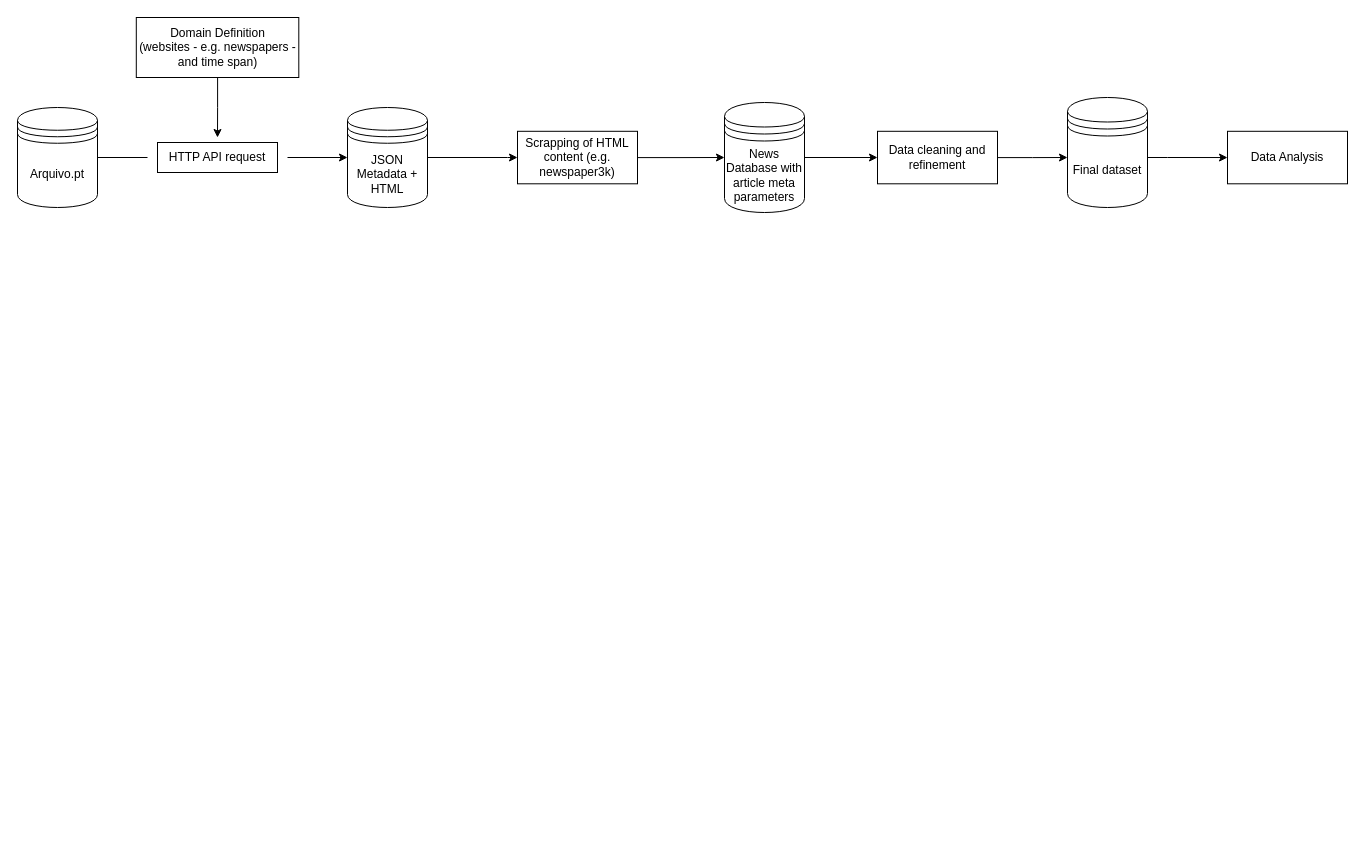
Earlier version of the draw.io diagram docs/pipeline.drawio (TsarkFC/pri-proj). Source tidied: cells renumbered, new cells numbered last; positions are measured from the earlier drawing's top-left corner, leaving out a move shared by most shapes. Both pictures are drawn from the tidied source at 100%, with x=0, y=0 at pixel (17, 17).
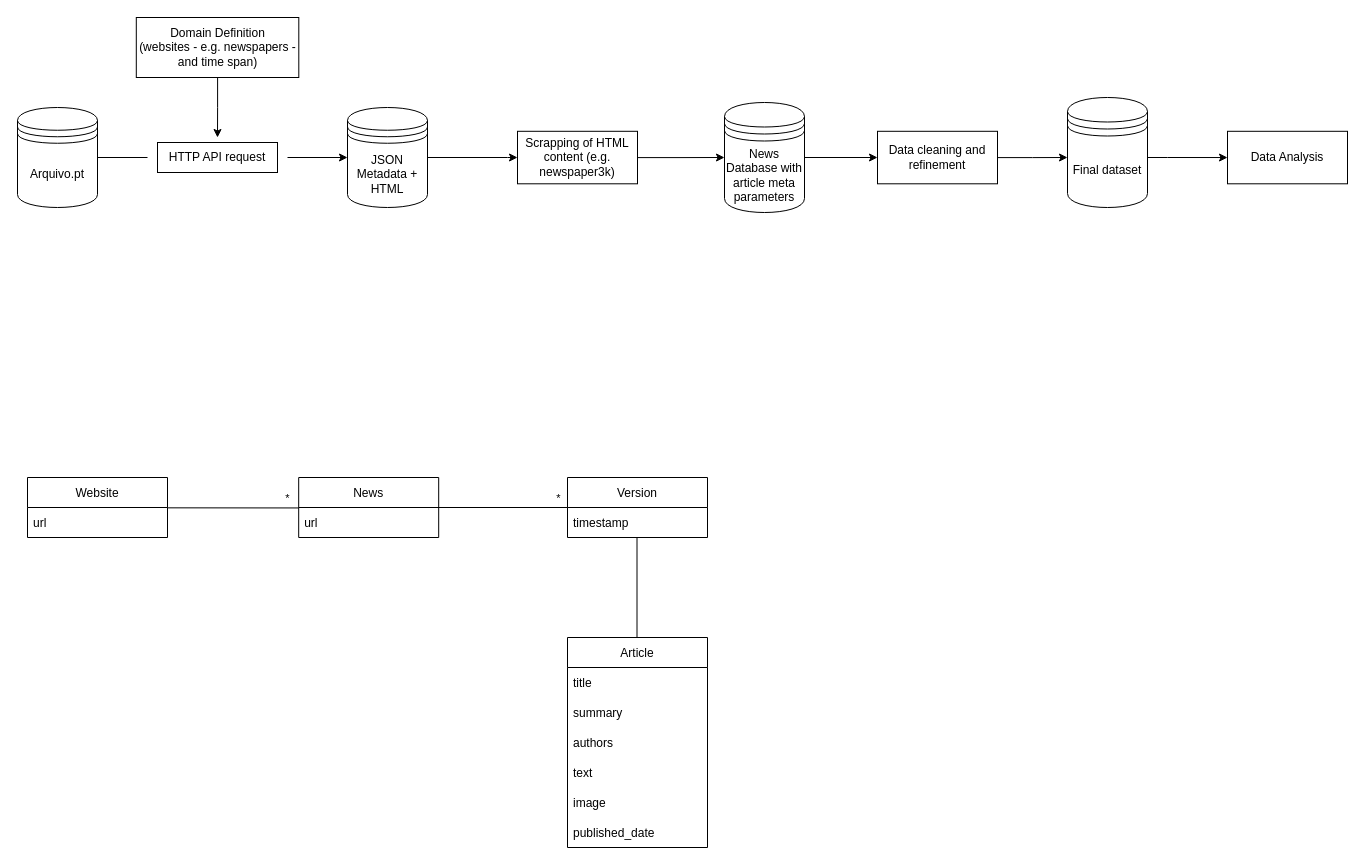
The same diagram, later.

Commit message:
json uml

What changed in the source:
```diff
@@
+    <mxCell id="19" value="Website" style="swimlane;fontStyle=0;horizontal=1;startSize=30;" parent="1" vertex="1">
+      <mxGeometry x="10" y="460" width="140" height="60" as="geometry" />
+    </mxCell>
+    <mxCell id="20" value="url" style="text;strokeColor=none;fillColor=none;align=left;verticalAlign=middle;spacingLeft=4;spacingRight=4;overflow=hidden;points=[[0,0.5],[1,0.5]];portConstraint=eastwest;" parent="19" vertex="1">
+      <mxGeometry y="30" width="140" height="30" as="geometry" />
+    </mxCell>
+    <mxCell id="21" value="News" style="swimlane;fontStyle=0;horizontal=1;startSize=30;" parent="1" vertex="1">
+      <mxGeometry x="281.2" y="460" width="140" height="60" as="geometry" />
+    </mxCell>
+    <mxCell id="22" value="url" style="text;strokeColor=none;fillColor=none;align=left;verticalAlign=middle;spacingLeft=4;spacingRight=4;overflow=hidden;points=[[0,0.5],[1,0.5]];portConstraint=eastwest;" parent="21" vertex="1">
+      <mxGeometry y="30" width="140" height="30" as="geometry" />
+    </mxCell>
+    <mxCell id="23" value="Version" style="swimlane;fontStyle=0;horizontal=1;startSize=30;" parent="1" vertex="1">
+      <mxGeometry x="550" y="460" width="140" height="60" as="geometry" />
+    </mxCell>
+    <mxCell id="24" value="timestamp" style="text;strokeColor=none;fillColor=none;align=left;verticalAlign=middle;spacingLeft=4;spacingRight=4;overflow=hidden;" parent="23" vertex="1">
+      <mxGeometry y="30" width="140" height="30" as="geometry" />
+    </mxCell>
+    <mxCell id="25" style="endArrow=none;html=1;rounded=0;exitX=0;exitY=0.5;exitDx=0;exitDy=0;" parent="1" edge="1" source="23">
+      <mxGeometry relative="1" as="geometry">
+        <mxPoint x="420" y="490" as="targetPoint" />
+      </mxGeometry>
+    </mxCell>
+    <mxCell id="26" value="*" style="edgeLabel;html=1;align=center;verticalAlign=middle;" parent="25" vertex="1">
+      <mxGeometry x="-0.5" y="1" relative="1" as="geometry">
+        <mxPoint x="23" y="-11" as="offset" />
+      </mxGeometry>
+    </mxCell>
+    <mxCell id="27" style="endArrow=none;html=1;rounded=0;exitX=1;exitY=0.011;exitDx=0;exitDy=0;entryX=0.001;entryY=0.015;entryDx=0;entryDy=0;entryPerimeter=0;exitPerimeter=0;" parent="1" edge="1" source="20" target="22">
+      <mxGeometry relative="1" as="geometry" />
+    </mxCell>
+    <mxCell id="28" value="*" style="edgeLabel;html=1;align=center;verticalAlign=middle;" parent="27" vertex="1">
+      <mxGeometry x="0.2" relative="1" as="geometry">
+        <mxPoint x="41" y="-10" as="offset" />
+      </mxGeometry>
+    </mxCell>
+    <mxCell id="29" value="Article" style="swimlane;fontStyle=0;horizontal=1;startSize=30;" parent="1" vertex="1">
+      <mxGeometry x="550" y="620" width="140" height="210" as="geometry" />
+    </mxCell>
+    <mxCell id="30" value="title" style="text;strokeColor=none;fillColor=none;align=left;verticalAlign=middle;spacingLeft=4;spacingRight=4;overflow=hidden;" parent="29" vertex="1">
+      <mxGeometry y="30" width="140" height="30" as="geometry" />
+    </mxCell>
+    <mxCell id="31" value="summary" style="text;strokeColor=none;fillColor=none;align=left;verticalAlign=middle;spacingLeft=4;spacingRight=4;overflow=hidden;" parent="29" vertex="1">
+      <mxGeometry y="60" width="140" height="30" as="geometry" />
+    </mxCell>
+    <mxCell id="32" value="authors" style="text;strokeColor=none;fillColor=none;align=left;verticalAlign=middle;spacingLeft=4;spacingRight=4;overflow=hidden;" parent="29" vertex="1">
+      <mxGeometry y="90" width="140" height="30" as="geometry" />
+    </mxCell>
+    <mxCell id="33" value="text" style="text;strokeColor=none;fillColor=none;align=left;verticalAlign=middle;spacingLeft=4;spacingRight=4;overflow=hidden;" parent="29" vertex="1">
+      <mxGeometry y="120" width="140" height="30" as="geometry" />
+    </mxCell>
+    <mxCell id="34" value="image" style="text;strokeColor=none;fillColor=none;align=left;verticalAlign=middle;spacingLeft=4;spacingRight=4;overflow=hidden;" parent="29" vertex="1">
+      <mxGeometry y="150" width="140" height="30" as="geometry" />
+    </mxCell>
+    <mxCell id="35" value="published_date" style="text;strokeColor=none;fillColor=none;align=left;verticalAlign=middle;spacingLeft=4;spacingRight=4;overflow=hidden;" parent="29" vertex="1">
+      <mxGeometry y="180" width="140" height="30" as="geometry" />
+    </mxCell>
+    <mxCell id="36" style="endArrow=none;html=1;rounded=0;exitX=0.5;exitY=0;exitDx=0;exitDy=0;" parent="1" edge="1">
+      <mxGeometry relative="1" as="geometry">
+        <mxPoint x="619.5" y="620" as="sourcePoint" />
+        <mxPoint x="619.5" y="520" as="targetPoint" />
+      </mxGeometry>
+    </mxCell>
```
